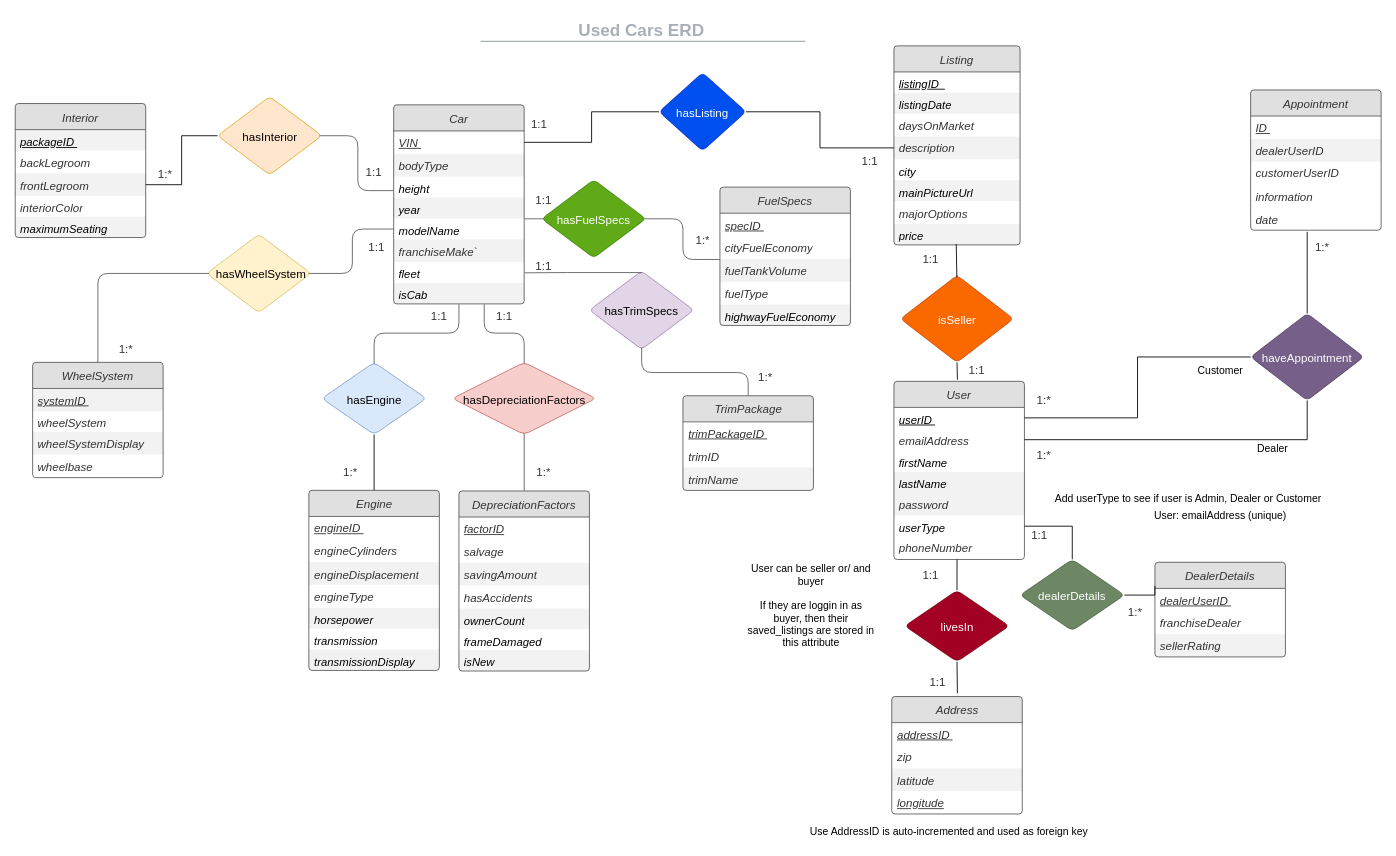
Above: ERD/ERD1.drawio in abmfocus4/UsedCars-db (draw.io), before the change. Source tidied: cells renumbered, new cells numbered last; positions are measured from the earlier drawing's top-left corner, leaving out a move shared by most shapes. Both pictures are drawn from the tidied source at 87%, with x=0, y=0 at pixel (15, 15).
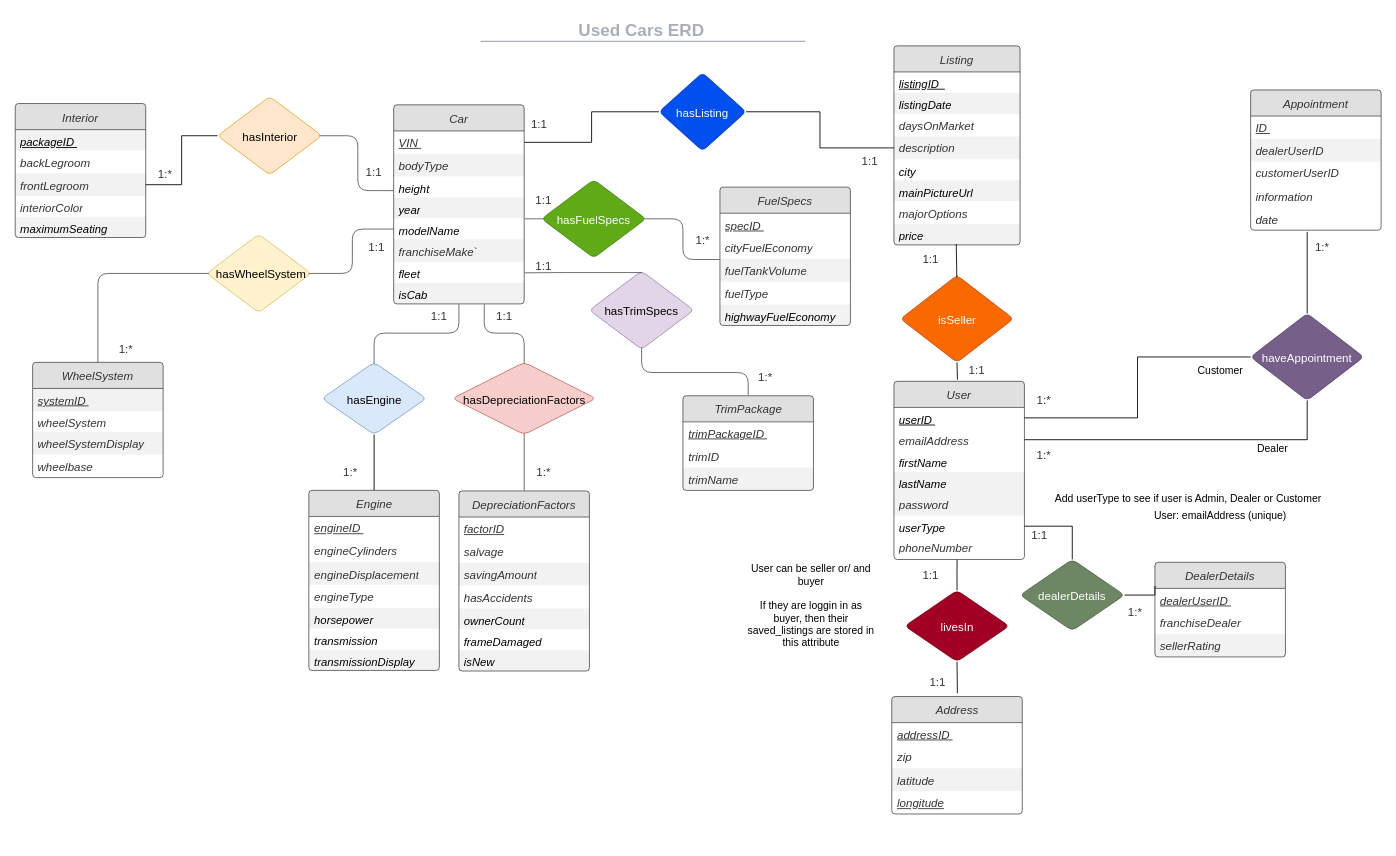
The same page after the edit.

The edit, as a diff of the source:
```diff
@@
-    <mxCell id="147" value="Use AddressID is auto-incremented and used as foreign key" style="text;html=1;align=center;verticalAlign=middle;" parent="1" vertex="1">
-      <mxGeometry x="902.5" y="929" width="340" height="20" as="geometry" />
-    </mxCell>
```
